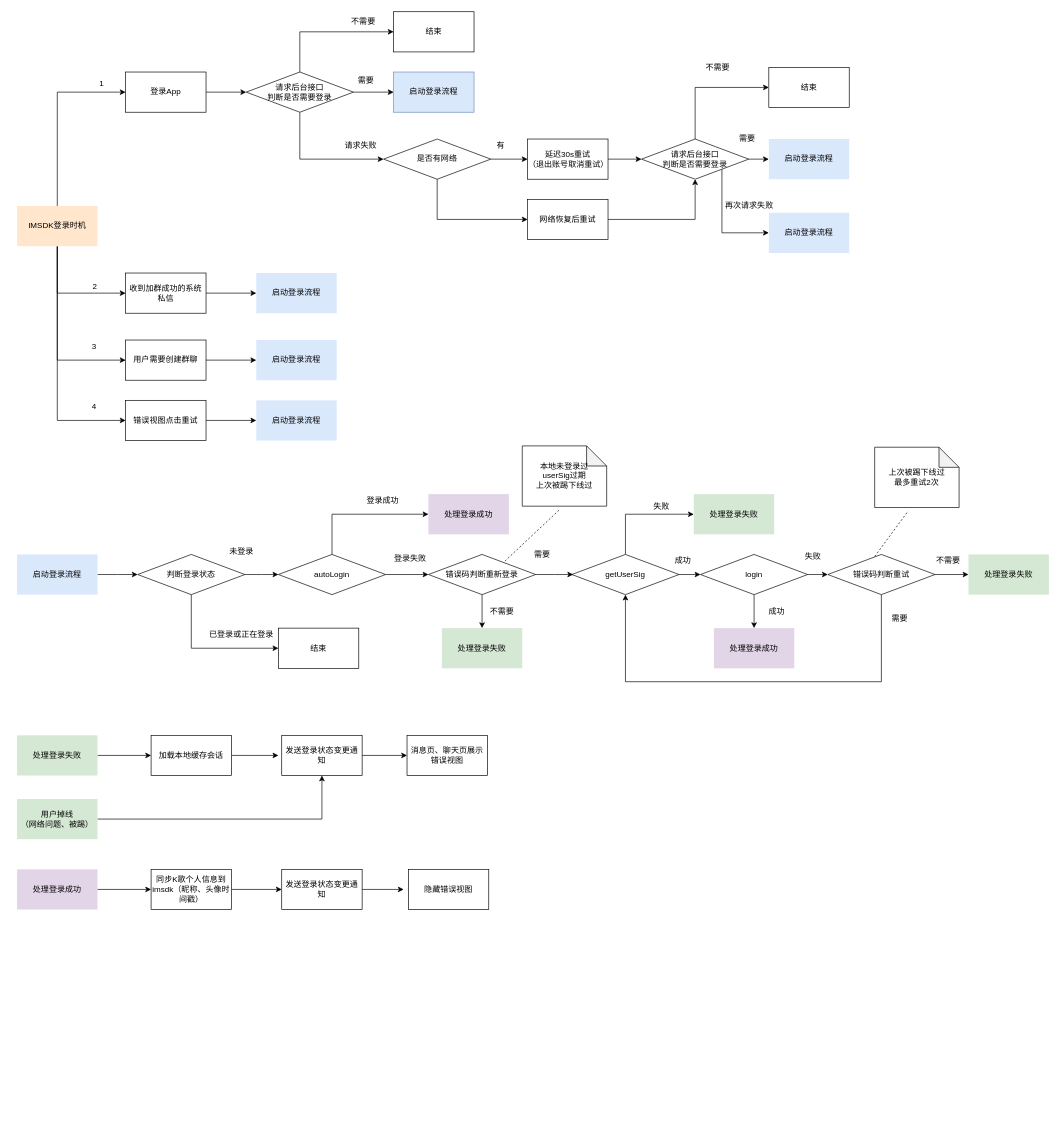
This is imsdk.drawio from BigFaceXML/BigFaceXML.github.io, a draw.io file, before an edit. Source tidied: cells renumbered, new cells numbered last; positions are measured from the earlier drawing's top-left corner, leaving out a move shared by most shapes. Both pictures are drawn from the tidied source at 67%, with x=0, y=0 at pixel (17, 11).
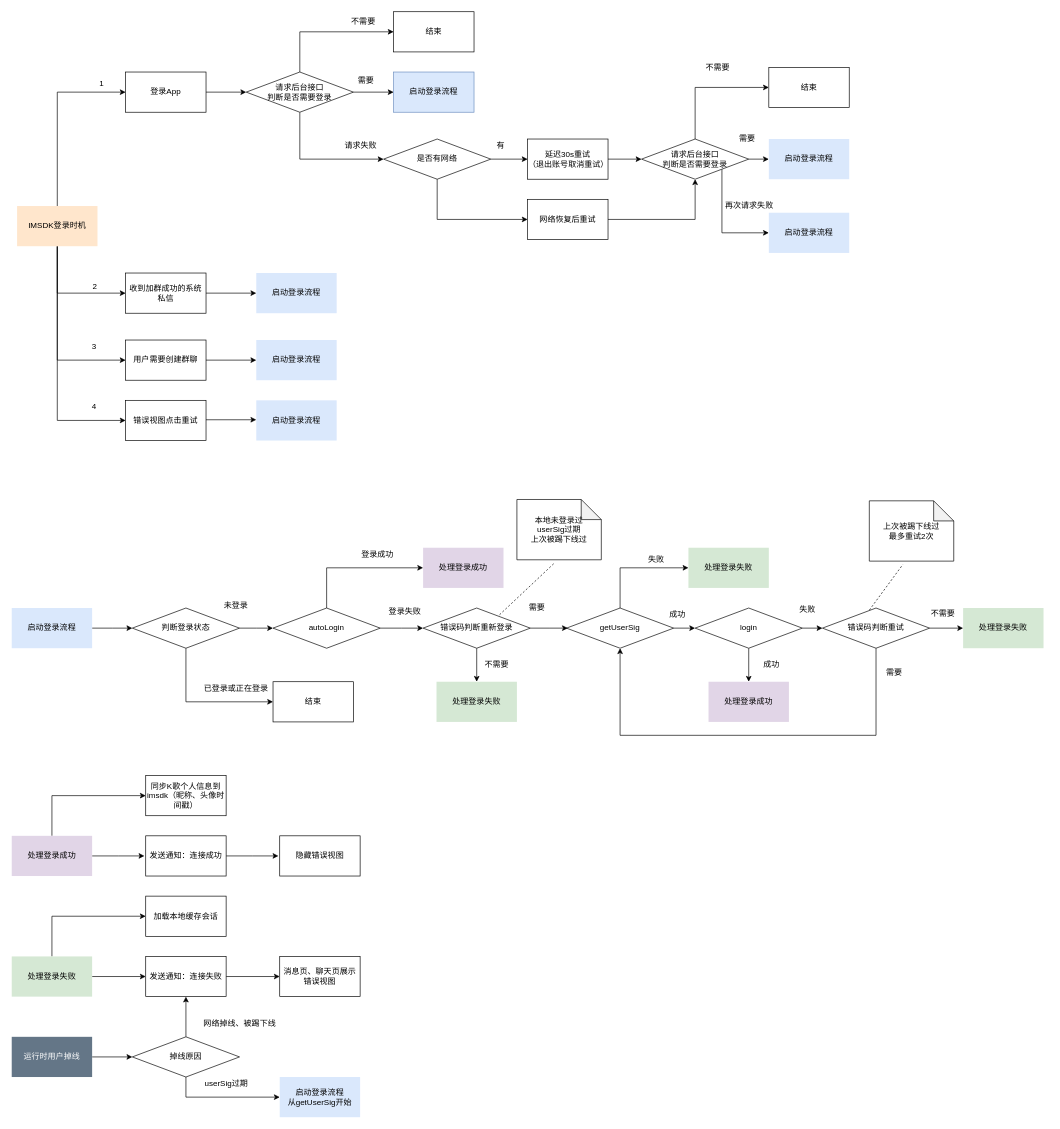
Above is the later version.

Unchanged cells that the change refers to:
```xml
<mxCell id="100" value="错误视图点击重试" style="rounded=0;whiteSpace=wrap;html=1;" parent="1" vertex="1">
  <mxGeometry x="162" y="580" width="120" height="60" as="geometry" />
</mxCell>
<mxCell id="101" value="启动登录流程" style="rounded=0;whiteSpace=wrap;html=1;strokeColor=none;fillColor=#dae8fc;" parent="1" vertex="1">
  <mxGeometry x="357" y="580" width="120" height="60" as="geometry" />
</mxCell>
```

The edit, as a diff of the source:
```diff
@@
     <mxCell id="31" style="edgeStyle=orthogonalEdgeStyle;rounded=0;jettySize=auto;html=1;exitX=1;exitY=0.5;exitDx=0;exitDy=0;entryX=0;entryY=0.5;entryDx=0;entryDy=0;" parent="1" edge="1" source="32">
       <mxGeometry relative="1" as="geometry">
-        <mxPoint x="180" y="840" as="targetPoint" />
+        <mxPoint x="172" y="920" as="targetPoint" />
       </mxGeometry>
     </mxCell>
     <mxCell id="32" value="启动登录流程" style="rounded=0;whiteSpace=wrap;html=1;strokeColor=none;fillColor=#dae8fc;" parent="1" vertex="1">
-      <mxGeometry y="810" width="120" height="60" as="geometry" />
+      <mxGeometry x="-8" y="890" width="120" height="60" as="geometry" />
     </mxCell>
@@
     <mxCell id="34" style="edgeStyle=orthogonalEdgeStyle;rounded=0;jettySize=auto;html=1;exitX=1;exitY=0.5;exitDx=0;exitDy=0;entryX=0;entryY=0.5;entryDx=0;entryDy=0;" parent="1" edge="1" source="35">
       <mxGeometry relative="1" as="geometry">
-        <mxPoint x="390" y="840" as="targetPoint" />
+        <mxPoint x="382" y="920" as="targetPoint" />
       </mxGeometry>
     </mxCell>
     <mxCell id="35" value="判断登录状态" style="rhombus;whiteSpace=wrap;html=1;" parent="1" vertex="1">
-      <mxGeometry x="180" y="810" width="160" height="60" as="geometry" />
+      <mxGeometry x="172" y="890" width="160" height="60" as="geometry" />
     </mxCell>
     <mxCell id="36" value="结束" style="rounded=0;whiteSpace=wrap;html=1;" parent="1" vertex="1">
-      <mxGeometry x="390" y="920" width="120" height="60" as="geometry" />
+      <mxGeometry x="382" y="1000" width="120" height="60" as="geometry" />
     </mxCell>
@@
     <mxCell id="38" style="edgeStyle=orthogonalEdgeStyle;rounded=0;jettySize=auto;html=1;exitX=1;exitY=0.5;exitDx=0;exitDy=0;entryX=0;entryY=0.5;entryDx=0;entryDy=0;" parent="1" edge="1" source="39">
       <mxGeometry relative="1" as="geometry">
-        <mxPoint x="614" y="840" as="targetPoint" />
+        <mxPoint x="606" y="920" as="targetPoint" />
       </mxGeometry>
     </mxCell>
     <mxCell id="39" value="autoLogin" style="rhombus;whiteSpace=wrap;html=1;" parent="1" vertex="1">
-      <mxGeometry x="390" y="810" width="160" height="60" as="geometry" />
+      <mxGeometry x="382" y="890" width="160" height="60" as="geometry" />
     </mxCell>
     <mxCell id="40" value="已登录或正在登录" style="text;html=1;align=left;verticalAlign=top;spacingTop=-4;" parent="1" vertex="1">
-      <mxGeometry x="285" y="920" width="110" height="20" as="geometry" />
+      <mxGeometry x="277" y="1000" width="110" height="20" as="geometry" />
     </mxCell>
     <mxCell id="41" value="未登录" style="text;html=1;align=left;verticalAlign=top;spacingTop=-4;" parent="1" vertex="1">
-      <mxGeometry x="315" y="796" width="50" height="20" as="geometry" />
+      <mxGeometry x="307" y="876" width="50" height="20" as="geometry" />
     </mxCell>
     <mxCell id="42" value="处理登录成功" style="rounded=0;whiteSpace=wrap;html=1;strokeColor=none;fillColor=#e1d5e7;" parent="1" vertex="1">
-      <mxGeometry x="614" y="720" width="120" height="60" as="geometry" />
+      <mxGeometry x="606" y="800" width="120" height="60" as="geometry" />
     </mxCell>
     <mxCell id="43" value="登录成功" style="text;html=1;align=left;verticalAlign=top;spacingTop=-4;" parent="1" vertex="1">
-      <mxGeometry x="520" y="720" width="60" height="20" as="geometry" />
+      <mxGeometry x="512" y="800" width="60" height="20" as="geometry" />
     </mxCell>
     <mxCell id="44" style="edgeStyle=orthogonalEdgeStyle;rounded=0;jettySize=auto;html=1;exitX=1;exitY=0.5;exitDx=0;exitDy=0;" parent="1" edge="1" source="46">
       <mxGeometry relative="1" as="geometry">
-        <mxPoint x="830" y="840" as="targetPoint" />
+        <mxPoint x="822" y="920" as="targetPoint" />
       </mxGeometry>
     </mxCell>
@@
     <mxCell id="46" value="错误码判断重新登录" style="rhombus;whiteSpace=wrap;html=1;" parent="1" vertex="1">
-      <mxGeometry x="614" y="810" width="160" height="60" as="geometry" />
+      <mxGeometry x="606" y="890" width="160" height="60" as="geometry" />
     </mxCell>
     <mxCell id="47" value="登录失败" style="text;html=1;align=left;verticalAlign=top;spacingTop=-4;" parent="1" vertex="1">
-      <mxGeometry x="561" y="806" width="60" height="20" as="geometry" />
+      <mxGeometry x="553" y="886" width="60" height="20" as="geometry" />
     </mxCell>
     <mxCell id="48" value="处理登录失败" style="rounded=0;whiteSpace=wrap;html=1;fillColor=#d5e8d4;strokeColor=none;" parent="1" vertex="1">
-      <mxGeometry x="634" y="920" width="120" height="60" as="geometry" />
+      <mxGeometry x="626" y="1000" width="120" height="60" as="geometry" />
     </mxCell>
     <mxCell id="49" value="需要" style="text;html=1;align=left;verticalAlign=top;spacingTop=-4;" parent="1" vertex="1">
-      <mxGeometry x="770" y="800" width="40" height="20" as="geometry" />
+      <mxGeometry x="762" y="880" width="40" height="20" as="geometry" />
     </mxCell>
     <mxCell id="50" value="不需要" style="text;html=1;align=left;verticalAlign=top;spacingTop=-4;" parent="1" vertex="1">
-      <mxGeometry x="704" y="885" width="50" height="20" as="geometry" />
+      <mxGeometry x="696" y="965" width="50" height="20" as="geometry" />
     </mxCell>
     <mxCell id="51" value="处理登录失败" style="rounded=0;whiteSpace=wrap;html=1;fillColor=#d5e8d4;strokeColor=none;" parent="1" vertex="1">
-      <mxGeometry x="1010" y="720" width="120" height="60" as="geometry" />
+      <mxGeometry x="1002" y="800" width="120" height="60" as="geometry" />
     </mxCell>
     <mxCell id="52" value="失败" style="text;html=1;align=left;verticalAlign=top;spacingTop=-4;" parent="1" vertex="1">
-      <mxGeometry x="948" y="728" width="40" height="20" as="geometry" />
+      <mxGeometry x="940" y="808" width="40" height="20" as="geometry" />
     </mxCell>
     <mxCell id="53" value="成功" style="text;html=1;align=left;verticalAlign=top;spacingTop=-4;" parent="1" vertex="1">
-      <mxGeometry x="980" y="810" width="40" height="20" as="geometry" />
+      <mxGeometry x="972" y="890" width="40" height="20" as="geometry" />
     </mxCell>
@@
     <mxCell id="56" value="getUserSig" style="rhombus;whiteSpace=wrap;html=1;" parent="1" vertex="1">
-      <mxGeometry x="828" y="810" width="160" height="60" as="geometry" />
+      <mxGeometry x="820" y="890" width="160" height="60" as="geometry" />
     </mxCell>
@@
     <mxCell id="59" value="login" style="rhombus;whiteSpace=wrap;html=1;" parent="1" vertex="1">
-      <mxGeometry x="1020" y="810" width="160" height="60" as="geometry" />
+      <mxGeometry x="1012" y="890" width="160" height="60" as="geometry" />
     </mxCell>
     <mxCell id="60" value="处理登录成功" style="rounded=0;whiteSpace=wrap;html=1;fillColor=#e1d5e7;strokeColor=none;" parent="1" vertex="1">
-      <mxGeometry x="1040" y="920" width="120" height="60" as="geometry" />
+      <mxGeometry x="1032" y="1000" width="120" height="60" as="geometry" />
     </mxCell>
     <mxCell id="61" value="成功" style="text;html=1;align=left;verticalAlign=top;spacingTop=-4;" parent="1" vertex="1">
-      <mxGeometry x="1120" y="885" width="40" height="20" as="geometry" />
+      <mxGeometry x="1112" y="965" width="40" height="20" as="geometry" />
     </mxCell>
@@
     <mxCell id="63" style="edgeStyle=orthogonalEdgeStyle;rounded=0;jettySize=auto;html=1;exitX=0.5;exitY=1;exitDx=0;exitDy=0;entryX=0.5;entryY=1;entryDx=0;entryDy=0;" parent="1" edge="1" source="64" target="56">
       <mxGeometry relative="1" as="geometry">
         <Array as="points">
-          <mxPoint x="1290" y="1000" />
-          <mxPoint x="908" y="1000" />
+          <mxPoint x="1282" y="1080" />
+          <mxPoint x="900" y="1080" />
         </Array>
       </mxGeometry>
     </mxCell>
     <mxCell id="64" value="错误码判断重试" style="rhombus;whiteSpace=wrap;html=1;" parent="1" vertex="1">
-      <mxGeometry x="1210" y="810" width="160" height="60" as="geometry" />
+      <mxGeometry x="1202" y="890" width="160" height="60" as="geometry" />
     </mxCell>
     <mxCell id="65" value="失败" style="text;html=1;align=left;verticalAlign=top;spacingTop=-4;" parent="1" vertex="1">
-      <mxGeometry x="1174" y="803" width="40" height="20" as="geometry" />
+      <mxGeometry x="1166" y="883" width="40" height="20" as="geometry" />
     </mxCell>
     <mxCell id="66" value="处理登录失败" style="rounded=0;whiteSpace=wrap;html=1;fillColor=#d5e8d4;strokeColor=none;" parent="1" vertex="1">
-      <mxGeometry x="1420" y="810" width="120" height="60" as="geometry" />
+      <mxGeometry x="1412" y="890" width="120" height="60" as="geometry" />
     </mxCell>
     <mxCell id="67" value="不需要" style="text;html=1;align=left;verticalAlign=top;spacingTop=-4;" parent="1" vertex="1">
-      <mxGeometry x="1370" y="809" width="50" height="20" as="geometry" />
+      <mxGeometry x="1362" y="889" width="50" height="20" as="geometry" />
     </mxCell>
-    <mxCell id="68" style="edgeStyle=orthogonalEdgeStyle;rounded=0;jettySize=auto;html=1;exitX=1;exitY=0.5;exitDx=0;exitDy=0;entryX=0;entryY=0.5;entryDx=0;entryDy=0;" parent="1" edge="1" source="69" target="71">
+    <mxCell id="68" style="edgeStyle=orthogonalEdgeStyle;rounded=0;jettySize=auto;html=1;exitX=0.5;exitY=0;exitDx=0;exitDy=0;entryX=0;entryY=0.5;entryDx=0;entryDy=0;" parent="1" edge="1" source="69" target="71">
       <mxGeometry relative="1" as="geometry" />
     </mxCell>
+    <mxCell id="107" style="edgeStyle=orthogonalEdgeStyle;rounded=0;jettySize=auto;html=1;exitX=1;exitY=0.5;exitDx=0;exitDy=0;" parent="1" edge="1" source="69" target="73">
+      <mxGeometry relative="1" as="geometry" />
+    </mxCell>
     <mxCell id="69" value="处理登录失败" style="rounded=0;whiteSpace=wrap;html=1;fillColor=#d5e8d4;strokeColor=none;" parent="1" vertex="1">
-      <mxGeometry y="1080" width="120" height="60" as="geometry" />
+      <mxGeometry x="-8" y="1410" width="120" height="60" as="geometry" />
     </mxCell>
-    <mxCell id="70" style="edgeStyle=orthogonalEdgeStyle;rounded=0;jettySize=auto;html=1;exitX=1;exitY=0.5;exitDx=0;exitDy=0;" parent="1" edge="1" source="71">
-      <mxGeometry relative="1" as="geometry">
-        <mxPoint x="390" y="1110" as="targetPoint" />
-      </mxGeometry>
-    </mxCell>
     <mxCell id="71" value="加载本地缓存会话" style="rounded=0;whiteSpace=wrap;html=1;" parent="1" vertex="1">
-      <mxGeometry x="200" y="1080" width="120" height="60" as="geometry" />
+      <mxGeometry x="192" y="1320" width="120" height="60" as="geometry" />
     </mxCell>
-    <mxCell id="72" style="edgeStyle=orthogonalEdgeStyle;rounded=0;jettySize=auto;html=1;exitX=1;exitY=0.5;exitDx=0;exitDy=0;" parent="1" edge="1" source="73" target="74">
+    <mxCell id="72" style="edgeStyle=orthogonalEdgeStyle;rounded=0;jettySize=auto;html=1;exitX=1;exitY=0.5;exitDx=0;exitDy=0;entryX=0;entryY=0.5;entryDx=0;entryDy=0;" parent="1" edge="1" source="73" target="74">
       <mxGeometry relative="1" as="geometry" />
     </mxCell>
-    <mxCell id="73" value="发送登录状态变更通知" style="rounded=0;whiteSpace=wrap;html=1;" parent="1" vertex="1">
-      <mxGeometry x="395" y="1080" width="120" height="60" as="geometry" />
+    <mxCell id="73" value="发送通知：连接失败" style="rounded=0;whiteSpace=wrap;html=1;" parent="1" vertex="1">
+      <mxGeometry x="192" y="1410" width="120" height="60" as="geometry" />
     </mxCell>
     <mxCell id="74" value="消息页、聊天页展示错误视图" style="rounded=0;whiteSpace=wrap;html=1;" parent="1" vertex="1">
-      <mxGeometry x="582" y="1080" width="120" height="60" as="geometry" />
+      <mxGeometry x="392" y="1410" width="120" height="60" as="geometry" />
     </mxCell>
+    <mxCell id="108" style="edgeStyle=orthogonalEdgeStyle;rounded=0;jettySize=auto;html=1;exitX=1;exitY=0.5;exitDx=0;exitDy=0;" parent="1" edge="1" source="76">
+      <mxGeometry relative="1" as="geometry">
+        <mxPoint x="190" y="1260" as="targetPoint" />
+      </mxGeometry>
+    </mxCell>
-    <mxCell id="75" style="edgeStyle=orthogonalEdgeStyle;rounded=0;jettySize=auto;html=1;exitX=1;exitY=0.5;exitDx=0;exitDy=0;entryX=0;entryY=0.5;entryDx=0;entryDy=0;" parent="1" edge="1" source="76" target="97">
+    <mxCell id="75" style="edgeStyle=orthogonalEdgeStyle;rounded=0;jettySize=auto;html=1;exitX=0.5;exitY=0;exitDx=0;exitDy=0;entryX=0;entryY=0.5;entryDx=0;entryDy=0;" parent="1" edge="1" source="76" target="97">
       <mxGeometry relative="1" as="geometry" />
     </mxCell>
     <mxCell id="76" value="处理登录成功" style="rounded=0;whiteSpace=wrap;html=1;fillColor=#e1d5e7;strokeColor=none;" parent="1" vertex="1">
-      <mxGeometry y="1280" width="120" height="60" as="geometry" />
+      <mxGeometry x="-8" y="1230" width="120" height="60" as="geometry" />
     </mxCell>
-    <mxCell id="77" style="edgeStyle=orthogonalEdgeStyle;rounded=0;jettySize=auto;html=1;exitX=1;exitY=0.5;exitDx=0;exitDy=0;" parent="1" edge="1" source="78">
-      <mxGeometry relative="1" as="geometry">
-        <mxPoint x="577" y="1310" as="targetPoint" />
-      </mxGeometry>
-    </mxCell>
+    <mxCell id="109" style="edgeStyle=orthogonalEdgeStyle;rounded=0;jettySize=auto;html=1;exitX=1;exitY=0.5;exitDx=0;exitDy=0;" parent="1" edge="1" source="78">
+      <mxGeometry relative="1" as="geometry">
+        <mxPoint x="390" y="1260" as="targetPoint" />
+      </mxGeometry>
+    </mxCell>
-    <mxCell id="78" value="发送登录状态变更通知" style="rounded=0;whiteSpace=wrap;html=1;" parent="1" vertex="1">
-      <mxGeometry x="395" y="1280" width="120" height="60" as="geometry" />
+    <mxCell id="78" value="发送通知：连接成功" style="rounded=0;whiteSpace=wrap;html=1;" parent="1" vertex="1">
+      <mxGeometry x="192" y="1230" width="120" height="60" as="geometry" />
     </mxCell>
     <mxCell id="79" value="隐藏错误视图" style="rounded=0;whiteSpace=wrap;html=1;" parent="1" vertex="1">
-      <mxGeometry x="584" y="1280" width="120" height="60" as="geometry" />
+      <mxGeometry x="392" y="1230" width="120" height="60" as="geometry" />
     </mxCell>
@@
-    <mxCell id="94" style="edgeStyle=orthogonalEdgeStyle;rounded=0;jettySize=auto;html=1;exitX=1;exitY=0.5;exitDx=0;exitDy=0;entryX=0.5;entryY=1;entryDx=0;entryDy=0;" parent="1" edge="1" source="95" target="73">
-      <mxGeometry relative="1" as="geometry" />
-    </mxCell>
-    <mxCell id="95" value="用户掉线&lt;br&gt;（网络问题、被踢）" style="rounded=0;whiteSpace=wrap;html=1;fillColor=#d5e8d4;strokeColor=none;" parent="1" vertex="1">
-      <mxGeometry y="1175" width="120" height="60" as="geometry" />
-    </mxCell>
-    <mxCell id="96" style="edgeStyle=orthogonalEdgeStyle;rounded=0;jettySize=auto;html=1;exitX=1;exitY=0.5;exitDx=0;exitDy=0;entryX=0;entryY=0.5;entryDx=0;entryDy=0;" parent="1" edge="1" source="97" target="78">
-      <mxGeometry relative="1" as="geometry" />
-    </mxCell>
     <mxCell id="97" value="同步K歌个人信息到imsdk（昵称、头像时间戳）" style="rounded=0;whiteSpace=wrap;html=1;" parent="1" vertex="1">
-      <mxGeometry x="200" y="1280" width="120" height="60" as="geometry" />
+      <mxGeometry x="192" y="1140" width="120" height="60" as="geometry" />
     </mxCell>
     <mxCell id="98" value="需要" style="text;html=1;align=center;verticalAlign=middle;" parent="1" vertex="1">
-      <mxGeometry x="1297" y="896" width="40" height="20" as="geometry" />
+      <mxGeometry x="1289" y="976" width="40" height="20" as="geometry" />
     </mxCell>
-    <mxCell id="99" style="edgeStyle=orthogonalEdgeStyle;rounded=0;jettySize=auto;html=1;exitX=1;exitY=0.5;exitDx=0;exitDy=0;entryX=0;entryY=0.5;entryDx=0;entryDy=0;" parent="1" edge="1" source="100" target="101">
-      <mxGeometry relative="1" as="geometry" />
+    <mxCell id="99" style="edgeStyle=orthogonalEdgeStyle;rounded=0;orthogonalLoop=1;jettySize=auto;html=1;exitX=1;exitY=0.5;exitDx=0;exitDy=0;entryX=0;entryY=0.5;entryDx=0;entryDy=0;" parent="1" edge="1">
+      <mxGeometry relative="1" as="geometry">
+        <mxPoint x="282" y="609" as="sourcePoint" />
+        <mxPoint x="357" y="609" as="targetPoint" />
+      </mxGeometry>
     </mxCell>
@@
     <mxCell id="103" value="本地未登录过&lt;br&gt;userSig过期&lt;br&gt;上次被踢下线过" style="shape=note;whiteSpace=wrap;html=1;backgroundOutline=1;darkOpacity=0.05;" parent="1" vertex="1">
-      <mxGeometry x="754" y="648" width="126" height="90" as="geometry" />
+      <mxGeometry x="746" y="728" width="126" height="90" as="geometry" />
     </mxCell>
@@
     <mxCell id="105" value="上次被踢下线过&lt;br&gt;最多重试2次" style="shape=note;whiteSpace=wrap;html=1;backgroundOutline=1;darkOpacity=0.05;" parent="1" vertex="1">
-      <mxGeometry x="1280" y="650" width="126" height="90" as="geometry" />
+      <mxGeometry x="1272" y="730" width="126" height="90" as="geometry" />
     </mxCell>
     <mxCell id="106" style="endArrow=none;dashed=1;html=1;entryX=0.397;entryY=1.056;entryDx=0;entryDy=0;entryPerimeter=0;exitX=0.713;exitY=0.167;exitDx=0;exitDy=0;exitPerimeter=0;" parent="1" edge="1" target="105">
       <mxGeometry relative="1" as="geometry">
-        <mxPoint x="1280.1" y="813" as="sourcePoint" />
+        <mxPoint x="1272.1" y="893" as="sourcePoint" />
       </mxGeometry>
     </mxCell>
+    <mxCell id="110" style="edgeStyle=orthogonalEdgeStyle;rounded=0;jettySize=auto;html=1;exitX=1;exitY=0.5;exitDx=0;exitDy=0;entryX=0;entryY=0.5;entryDx=0;entryDy=0;" parent="1" edge="1" source="111" target="114">
+      <mxGeometry relative="1" as="geometry" />
+    </mxCell>
+    <mxCell id="111" value="运行时用户掉线" style="rounded=0;whiteSpace=wrap;html=1;fillColor=#647687;strokeColor=none;fontColor=#ffffff;" parent="1" vertex="1">
+      <mxGeometry x="-8" y="1530" width="120" height="60" as="geometry" />
+    </mxCell>
+    <mxCell id="112" style="edgeStyle=orthogonalEdgeStyle;rounded=0;jettySize=auto;html=1;exitX=0.5;exitY=1;exitDx=0;exitDy=0;entryX=0;entryY=0.5;entryDx=0;entryDy=0;" parent="1" edge="1" source="114" target="116">
+      <mxGeometry relative="1" as="geometry" />
+    </mxCell>
+    <mxCell id="113" style="edgeStyle=orthogonalEdgeStyle;rounded=0;jettySize=auto;html=1;exitX=0.5;exitY=0;exitDx=0;exitDy=0;entryX=0.5;entryY=1;entryDx=0;entryDy=0;" parent="1" edge="1" source="114" target="73">
+      <mxGeometry relative="1" as="geometry" />
+    </mxCell>
+    <mxCell id="114" value="掉线原因" style="rhombus;whiteSpace=wrap;html=1;" parent="1" vertex="1">
+      <mxGeometry x="172" y="1530" width="160" height="60" as="geometry" />
+    </mxCell>
+    <mxCell id="115" value="网络掉线、被踢下线" style="text;html=1;align=center;verticalAlign=middle;" parent="1" vertex="1">
+      <mxGeometry x="272" y="1500" width="120" height="20" as="geometry" />
+    </mxCell>
+    <mxCell id="116" value="启动登录流程&lt;br&gt;从getUserSig开始" style="rounded=0;whiteSpace=wrap;html=1;fillColor=#dae8fc;strokeColor=none;" parent="1" vertex="1">
+      <mxGeometry x="392" y="1590" width="120" height="60" as="geometry" />
+    </mxCell>
+    <mxCell id="117" value="userSig过期" style="text;html=1;align=center;verticalAlign=middle;" parent="1" vertex="1">
+      <mxGeometry x="272" y="1590" width="80" height="20" as="geometry" />
+    </mxCell>
```
